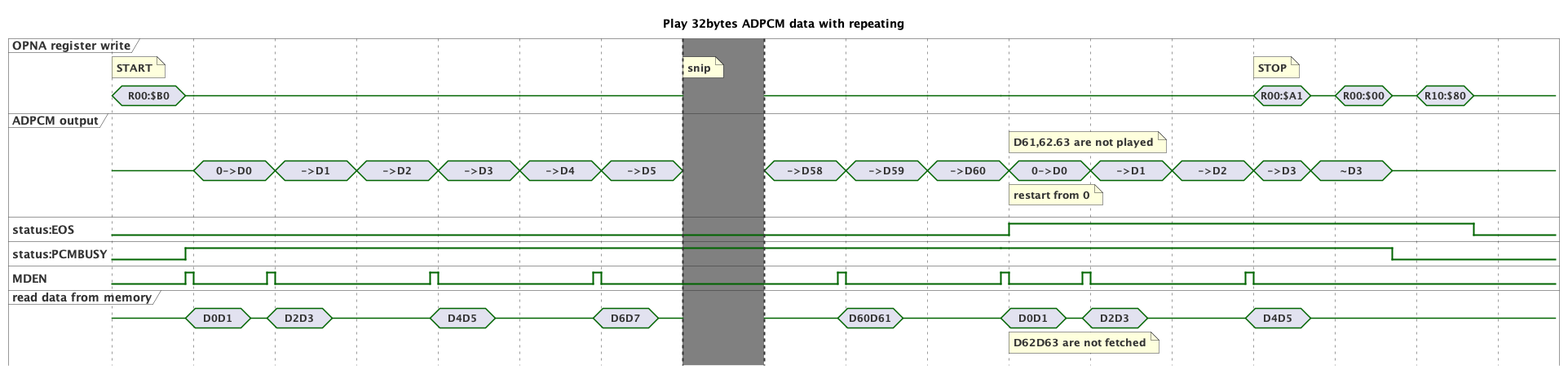
The PlantUML diagram chart/adpcm_play_repeat.png in hyano/opna-analyze, before a commit.
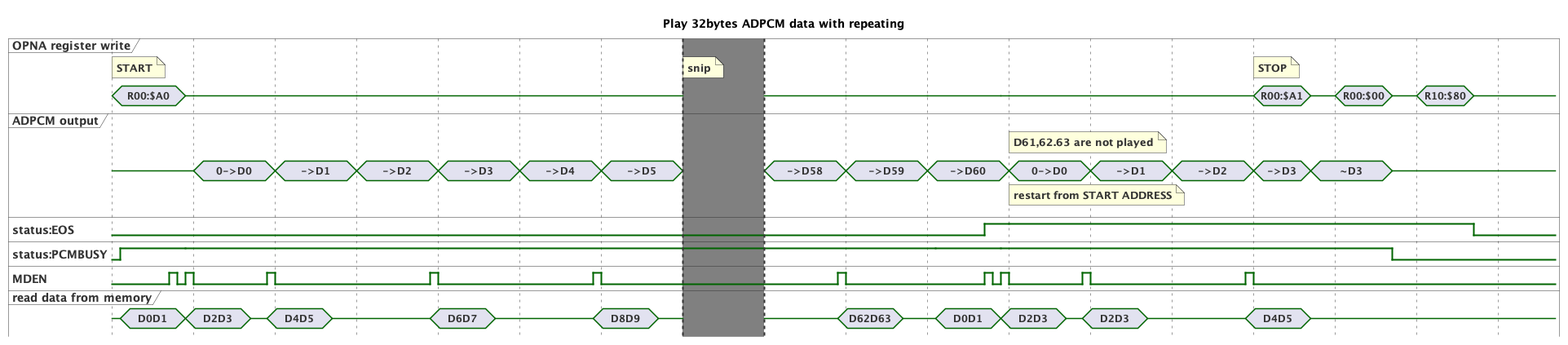
Above is the later version.

What changed in the source:
```diff
@@ -17,15 +17,22 @@
 
 
 @:start
-OPNA is "R00:$B0"
+OPNA is "R00:$A0"
 note top of OPNA: START
 OUT is {-}
 RD is {-}
-@+90
+@+10
+PCMBUSY is high
+RD is "D0D1"
+@+60
+MDEN is high
+@+10
+MDEN is low
+@+10
 OPNA is {-}
 PCMBUSY is high
 MDEN is high
-RD is "D0D1"
+RD is "D2D3"
 @+10
 MDEN is low
 @+70
@@ -36,7 +43,7 @@
 OUT is "0->D0"
 @+90
 MDEN is high
-RD is "D2D3"
+RD is "D4D5"
 @+10
 MDEN is low
 @+70
@@ -50,7 +57,7 @@
 OUT is "->D2"
 @+90
 MDEN is high
-RD is "D4D5"
+RD is "D6D7"
 @+10
 MDEN is low
 @+70
@@ -64,7 +71,7 @@
 OUT is "->D4"
 @+90
 MDEN is high
-RD is "D6D7"
+RD is "D8D9"
 @+10
 MDEN is low
 @+70
@@ -90,7 +97,7 @@
 RD is {-}
 @+90
 MDEN is high
-RD is "D60D61"
+RD is "D62D63"
 @+10
 MDEN is low
 @+70
@@ -106,19 +113,26 @@
 
 @:lasthalf+300
 note top of OUT: D61,62.63 are not played
-note bottom of OUT: restart from 0
+note bottom of OUT: restart from START ADDRESS
 EOS is high
-note bottom of RD: D62D63 are not fetched
 
 
 @:lasthalf+200 as :restart
 @:restart
 OUT is {-}
-@+90
+@+10
+PCMBUSY is high
+RD is "D0D1"
+@+60
+EOS is high
+MDEN is high
+@+10
+MDEN is low
+@+10
 OPNA is {-}
 PCMBUSY is high
 MDEN is high
-RD is "D0D1"
+RD is "D2D3"
 @+10
 MDEN is low
 @+70
```
